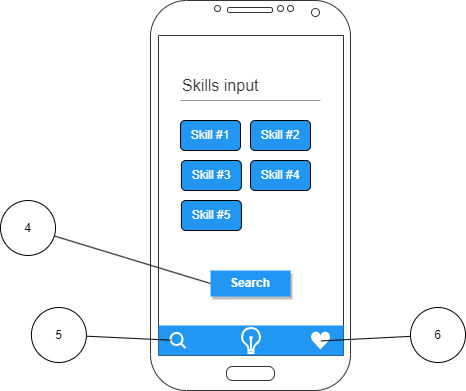
NikitunPVLK/JobSeeker keeps this draw.io diagram as Mockups — копия/SkillSearch.drawio.png. Above is the earlier version. Source tidied: cells renumbered, new cells last; positions are measured from the earlier drawing's top-left corner, leaving out a move shared by most shapes.
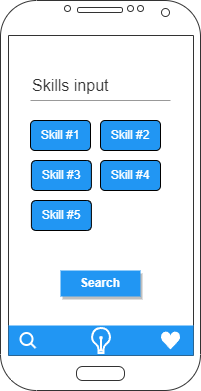
Later version of the same file.

What changed in the source:
```diff
@@ -41,28 +41,5 @@
     <mxCell id="14" value="Skill #5" style="rounded=1;whiteSpace=wrap;html=1;fillColor=#2196F3;fontColor=#FFFFFF;" parent="1" vertex="1">
       <mxGeometry x="180.9" y="200" width="60" height="30" as="geometry" />
     </mxCell>
-    <mxCell id="15" style="endArrow=none;html=1;rounded=0;exitX=0;exitY=0.5;exitDx=0;exitDy=0;" parent="1" edge="1" source="17">
-      <mxGeometry relative="1" as="geometry">
-        <mxPoint x="14" y="226" as="targetPoint" />
-      </mxGeometry>
-    </mxCell>
-    <mxCell id="16" style="endArrow=none;html=1;rounded=0;exitX=0;exitY=0.5;exitDx=0;exitDy=0;" parent="1" edge="1" source="5" target="17">
-      <mxGeometry relative="1" as="geometry" />
-    </mxCell>
-    <mxCell id="17" value="4" style="ellipse;whiteSpace=wrap;html=1;" parent="1" vertex="1">
-      <mxGeometry y="200" width="55" height="55" as="geometry" />
-    </mxCell>
-    <mxCell id="18" style="endArrow=none;html=1;rounded=0;" parent="1" edge="1" source="8" target="19">
-      <mxGeometry relative="1" as="geometry" />
-    </mxCell>
-    <mxCell id="19" value="5" style="ellipse;whiteSpace=wrap;html=1;" parent="1" vertex="1">
-      <mxGeometry x="30.9" y="307" width="55" height="55" as="geometry" />
-    </mxCell>
-    <mxCell id="20" style="endArrow=none;html=1;rounded=0;exitX=0.521;exitY=0.524;exitDx=0;exitDy=0;exitPerimeter=0;" parent="1" edge="1" source="7" target="21">
-      <mxGeometry relative="1" as="geometry" />
-    </mxCell>
-    <mxCell id="21" value="6" style="ellipse;whiteSpace=wrap;html=1;" parent="1" vertex="1">
-      <mxGeometry x="410" y="307" width="55" height="55" as="geometry" />
-    </mxCell>
   </root>
 </mxGraphModel>
```
